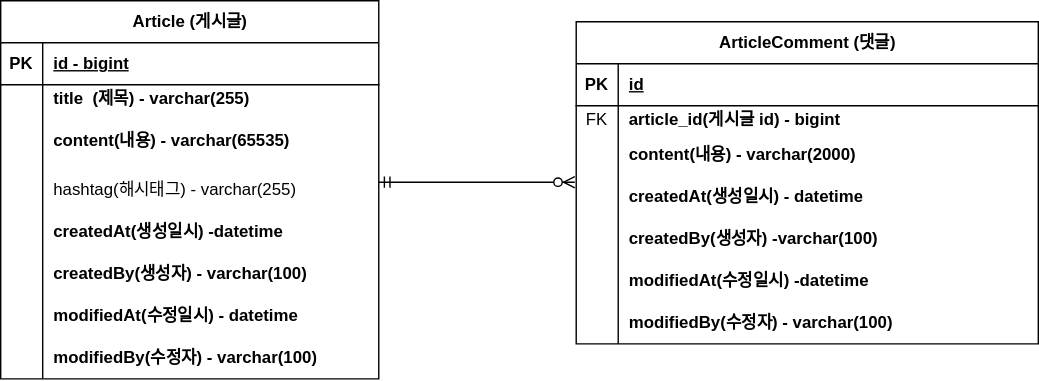
The draw.io diagram document/project-board-erd.drawio.svg in SSoyoo/project-board-study, before a commit. Source tidied: cells renumbered, new cells last; positions are measured from the earlier drawing's top-left corner, leaving out a move shared by most shapes.
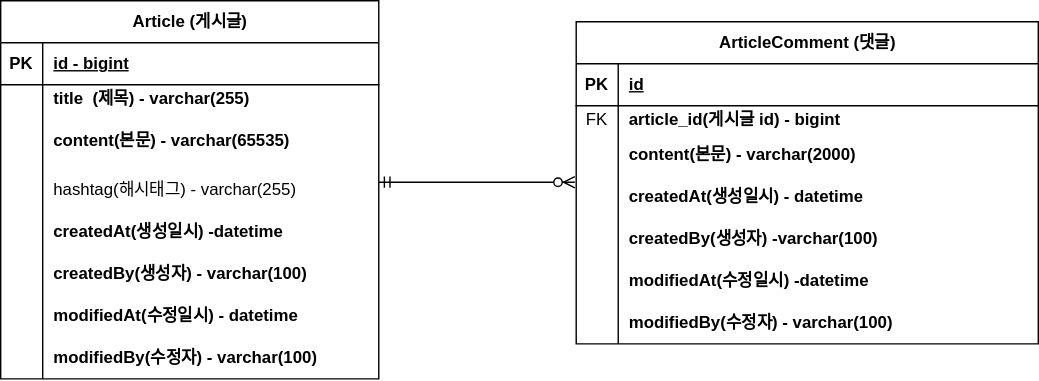
After the commit.

Commit message:
#8- ERD 주석 업데이트

Diff of the diagram source:
```diff
@@ -29,7 +29,7 @@
     <mxCell id="10" style="shape=partialRectangle;fillColor=none;top=0;left=0;bottom=0;right=0;overflow=hidden;whiteSpace=wrap;html=1;" parent="9" vertex="1">
       <mxGeometry width="30" height="40" as="geometry" />
     </mxCell>
-    <mxCell id="11" value="content(내용) - varchar(65535)" style="shape=partialRectangle;fillColor=none;top=0;left=0;bottom=0;right=0;align=left;spacingLeft=6;overflow=hidden;whiteSpace=wrap;html=1;fontStyle=1;" parent="9" vertex="1">
+    <mxCell id="11" value="content(본문) - varchar(65535)" style="shape=partialRectangle;fillColor=none;top=0;left=0;bottom=0;right=0;align=left;spacingLeft=6;overflow=hidden;whiteSpace=wrap;html=1;fontStyle=1;" parent="9" vertex="1">
       <mxGeometry x="30" width="240" height="40" as="geometry" />
     </mxCell>
     <mxCell id="12" style="shape=tableRow;horizontal=0;startSize=0;swimlaneHead=0;swimlaneBody=0;fillColor=none;top=0;left=0;right=0;bottom=0;" parent="2" vertex="1">
@@ -104,7 +104,7 @@
     <mxCell id="35" style="shape=partialRectangle;fillColor=none;top=0;left=0;bottom=0;right=0;overflow=hidden;whiteSpace=wrap;html=1;" parent="34" vertex="1">
       <mxGeometry width="30" height="30" as="geometry" />
     </mxCell>
-    <mxCell id="36" value="content(내용) - varchar(2000)" style="shape=partialRectangle;fillColor=none;top=0;left=0;bottom=0;right=0;align=left;spacingLeft=6;overflow=hidden;whiteSpace=wrap;html=1;fontStyle=1;" parent="34" vertex="1">
+    <mxCell id="36" value="content(본문) - varchar(2000)" style="shape=partialRectangle;fillColor=none;top=0;left=0;bottom=0;right=0;align=left;spacingLeft=6;overflow=hidden;whiteSpace=wrap;html=1;fontStyle=1;" parent="34" vertex="1">
       <mxGeometry x="30" width="300" height="30" as="geometry" />
     </mxCell>
     <mxCell id="37" style="shape=tableRow;horizontal=0;startSize=0;swimlaneHead=0;swimlaneBody=0;fillColor=none;top=0;left=0;right=0;bottom=0;" parent="27" vertex="1">
```
